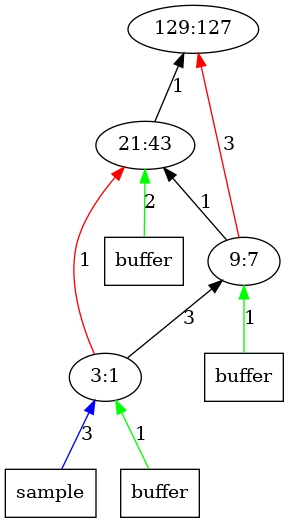
Earlier version of the Graphviz export outputImages/op127.png.png (AbhikKhan/MTP_IITG). Its source is kept beside it as outputTrees/op127.dot. Source of this version:
```dot
digraph Tree{
	rankdir="BT"
	1 [label = "129:127"];
	x22 -> 2 [label = "2", color = "green"];
	x22 [label = "buffer", shape = "box"];
	2 -> 1 [label = "1", color = "black"];
	2 [label = "21:43"];
	x32 -> 3 [label = "1", color = "green"];
	x32 [label = "buffer", shape = "box"];
	3 -> 1 [label = "3", color = "red"];
	3 -> 2 [label = "1", color = "black"];
	3 [label = "9:7"];
	4 -> 3 [label = "3", color = "black"];
	4 -> 2 [label = "1", color = "red"];
	x41 -> 4 [label = "3", color = "blue"];
	x41 [label = "sample", shape = "box"];
	x42 -> 4 [label = "1", color = "green"];
	x42 [label = "buffer", shape = "box"];
	4 [label = "3:1"];
}
```
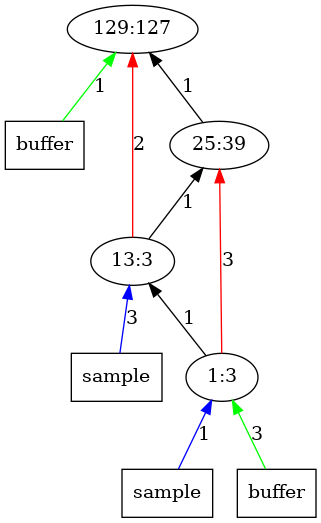
After the commit.

Diff of the diagram source:
```diff
@@ -1,20 +1,20 @@
 digraph Tree{
 	rankdir="BT"
+	x12 -> 1 [label = "1", color = "green"];
+	x12 [label = "buffer", shape = "box"];
 	1 [label = "129:127"];
-	x22 -> 2 [label = "2", color = "green"];
-	x22 [label = "buffer", shape = "box"];
 	2 -> 1 [label = "1", color = "black"];
-	2 [label = "21:43"];
-	x32 -> 3 [label = "1", color = "green"];
-	x32 [label = "buffer", shape = "box"];
-	3 -> 1 [label = "3", color = "red"];
+	2 [label = "25:39"];
 	3 -> 2 [label = "1", color = "black"];
-	3 [label = "9:7"];
-	4 -> 3 [label = "3", color = "black"];
-	4 -> 2 [label = "1", color = "red"];
-	x41 -> 4 [label = "3", color = "blue"];
+	3 -> 1 [label = "2", color = "red"];
+	x31 -> 3 [label = "3", color = "blue"];
+	x31 [label = "sample", shape = "box"];
+	3 [label = "13:3"];
+	4 -> 2 [label = "3", color = "red"];
+	4 -> 3 [label = "1", color = "black"];
+	x41 -> 4 [label = "1", color = "blue"];
 	x41 [label = "sample", shape = "box"];
-	x42 -> 4 [label = "1", color = "green"];
+	x42 -> 4 [label = "3", color = "green"];
 	x42 [label = "buffer", shape = "box"];
-	4 [label = "3:1"];
+	4 [label = "1:3"];
 }
```
